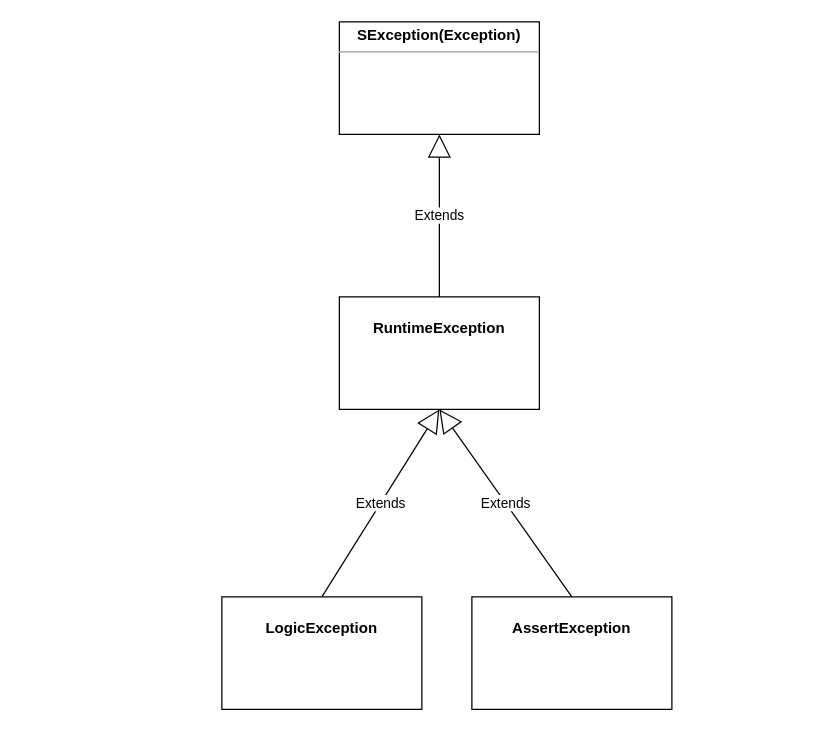
Before: UFramework/断言异常系统.drawio in AnYueBoy/UFramework, a draw.io diagram. Source tidied: cells renumbered, new cells numbered last; positions are measured from the earlier drawing's top-left corner, leaving out a move shared by most shapes. Both pictures are drawn from the tidied source at 125%, with x=0, y=0 at pixel (221, 21).
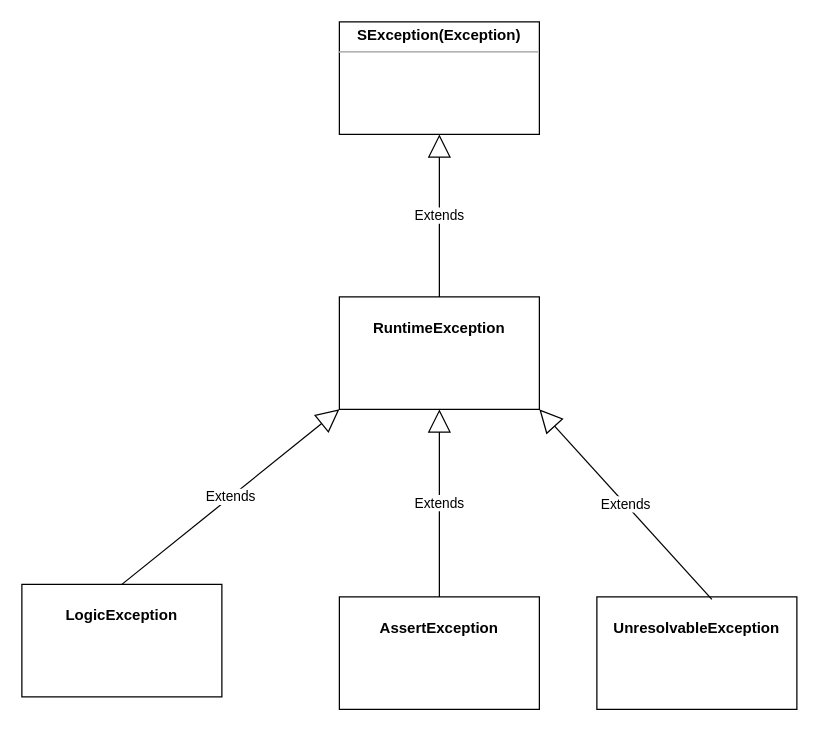
Above is the later version.

What changed in the source:
```diff
@@
 <mxGraphModel>
   <root>
     <mxCell id="0" />
     <mxCell id="1" parent="0" />
     <mxCell id="2" value="&lt;p style=&quot;margin: 0px ; margin-top: 4px ; text-align: center&quot;&gt;&lt;b&gt;SException(Exception)&lt;/b&gt;&lt;br&gt;&lt;/p&gt;&lt;hr size=&quot;1&quot;&gt;&lt;p style=&quot;margin: 0px ; margin-left: 4px&quot;&gt;&lt;/p&gt;&lt;p style=&quot;margin: 0px ; margin-left: 4px&quot;&gt;&lt;br&gt;&lt;/p&gt;" style="verticalAlign=top;align=left;overflow=fill;fontSize=12;fontFamily=Helvetica;html=1;" parent="1" vertex="1">
       <mxGeometry x="94" width="160" height="90" as="geometry" />
     </mxCell>
     <mxCell id="3" value="&lt;p style=&quot;margin: 0px ; margin-top: 4px ; text-align: center&quot;&gt;&lt;br&gt;&lt;/p&gt;&lt;div style=&quot;text-align: center&quot;&gt;&lt;span&gt;&lt;b&gt;RuntimeException&lt;/b&gt;&lt;/span&gt;&lt;/div&gt;&lt;p style=&quot;margin: 0px ; margin-left: 4px&quot;&gt;&lt;/p&gt;&lt;p style=&quot;margin: 0px ; margin-left: 4px&quot;&gt;&lt;br&gt;&lt;/p&gt;" style="verticalAlign=top;align=left;overflow=fill;fontSize=12;fontFamily=Helvetica;html=1;" parent="1" vertex="1">
       <mxGeometry x="94" y="220" width="160" height="90" as="geometry" />
     </mxCell>
     <mxCell id="4" value="Extends" style="endArrow=block;endSize=16;endFill=0;html=1;rounded=0;entryX=0.5;entryY=1;entryDx=0;entryDy=0;exitX=0.5;exitY=0;exitDx=0;exitDy=0;" parent="1" edge="1" source="3" target="2">
       <mxGeometry relative="1" as="geometry" />
     </mxCell>
     <mxCell id="5" value="&lt;p style=&quot;margin: 0px ; margin-top: 4px ; text-align: center&quot;&gt;&lt;br&gt;&lt;/p&gt;&lt;div style=&quot;text-align: center&quot;&gt;&lt;b&gt;LogicException&lt;/b&gt;&lt;br&gt;&lt;/div&gt;&lt;p style=&quot;margin: 0px ; margin-left: 4px&quot;&gt;&lt;/p&gt;&lt;p style=&quot;margin: 0px ; margin-left: 4px&quot;&gt;&lt;br&gt;&lt;/p&gt;" style="verticalAlign=top;align=left;overflow=fill;fontSize=12;fontFamily=Helvetica;html=1;" parent="1" vertex="1">
-      <mxGeometry y="460" width="160" height="90" as="geometry" />
+      <mxGeometry x="-160" y="450" width="160" height="90" as="geometry" />
     </mxCell>
-    <mxCell id="6" value="Extends" style="endArrow=block;endSize=16;endFill=0;html=1;rounded=0;exitX=0.5;exitY=0;exitDx=0;exitDy=0;entryX=0.5;entryY=1;entryDx=0;entryDy=0;" parent="1" edge="1" source="5" target="3">
+    <mxCell id="6" value="Extends" style="endArrow=block;endSize=16;endFill=0;html=1;rounded=0;exitX=0.5;exitY=0;exitDx=0;exitDy=0;entryX=0;entryY=1;entryDx=0;entryDy=0;" parent="1" edge="1" source="5" target="3">
       <mxGeometry relative="1" as="geometry" />
     </mxCell>
     <mxCell id="7" value="&lt;p style=&quot;margin: 0px ; margin-top: 4px ; text-align: center&quot;&gt;&lt;br&gt;&lt;/p&gt;&lt;div style=&quot;text-align: center&quot;&gt;&lt;b&gt;AssertException&lt;/b&gt;&lt;br&gt;&lt;/div&gt;&lt;p style=&quot;margin: 0px ; margin-left: 4px&quot;&gt;&lt;/p&gt;&lt;p style=&quot;margin: 0px ; margin-left: 4px&quot;&gt;&lt;br&gt;&lt;/p&gt;" style="verticalAlign=top;align=left;overflow=fill;fontSize=12;fontFamily=Helvetica;html=1;" parent="1" vertex="1">
-      <mxGeometry x="200" y="460" width="160" height="90" as="geometry" />
+      <mxGeometry x="94" y="460" width="160" height="90" as="geometry" />
     </mxCell>
     <mxCell id="8" value="Extends" style="endArrow=block;endSize=16;endFill=0;html=1;rounded=0;exitX=0.5;exitY=0;exitDx=0;exitDy=0;entryX=0.5;entryY=1;entryDx=0;entryDy=0;" parent="1" edge="1" source="7" target="3">
       <mxGeometry relative="1" as="geometry" />
     </mxCell>
+    <mxCell id="9" value="&lt;p style=&quot;margin: 0px ; margin-top: 4px ; text-align: center&quot;&gt;&lt;br&gt;&lt;/p&gt;&lt;div style=&quot;text-align: center&quot;&gt;&lt;b&gt;UnresolvableException&lt;/b&gt;&lt;br&gt;&lt;/div&gt;" style="verticalAlign=top;align=left;overflow=fill;fontSize=12;fontFamily=Helvetica;html=1;" parent="1" vertex="1">
+      <mxGeometry x="300" y="460" width="160" height="90" as="geometry" />
+    </mxCell>
+    <mxCell id="10" value="Extends" style="endArrow=block;endSize=16;endFill=0;html=1;rounded=0;entryX=1;entryY=1;entryDx=0;entryDy=0;exitX=0.575;exitY=0.022;exitDx=0;exitDy=0;exitPerimeter=0;" parent="1" edge="1" source="9" target="3">
+      <mxGeometry relative="1" as="geometry" />
+    </mxCell>
   </root>
 </mxGraphModel>
```
